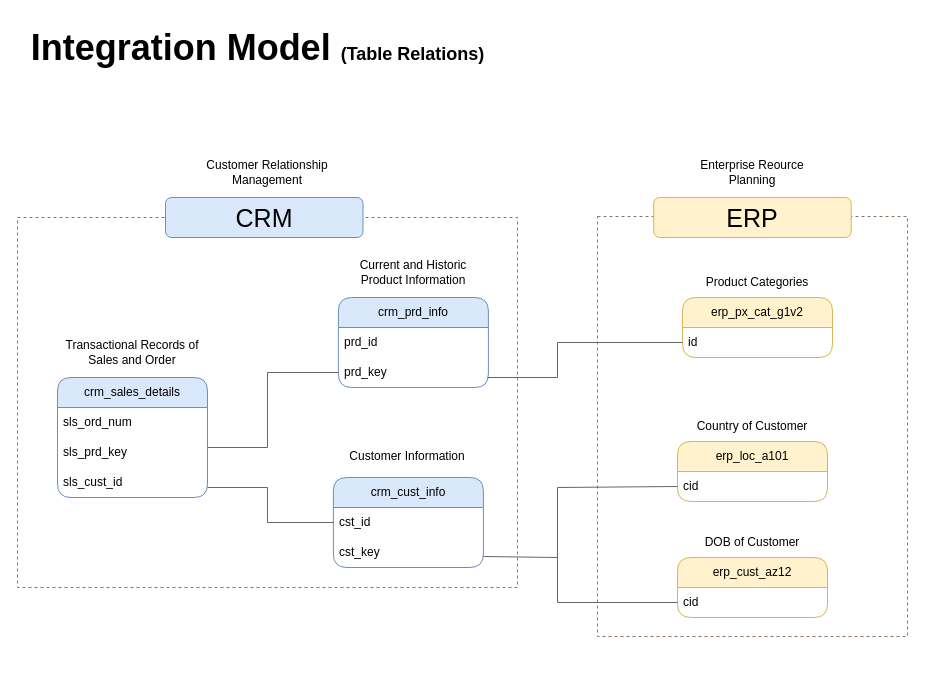
This is docs/5.1.1. Integration Model.drawio from princeKike27/sql-data-warehouse-project, a draw.io file, before an edit. Source tidied: cells renumbered, new cells numbered last; positions are measured from the earlier drawing's top-left corner, leaving out a move shared by most shapes. Both pictures are drawn from the tidied source at 100%, with x=0, y=0 at pixel (17, 17).
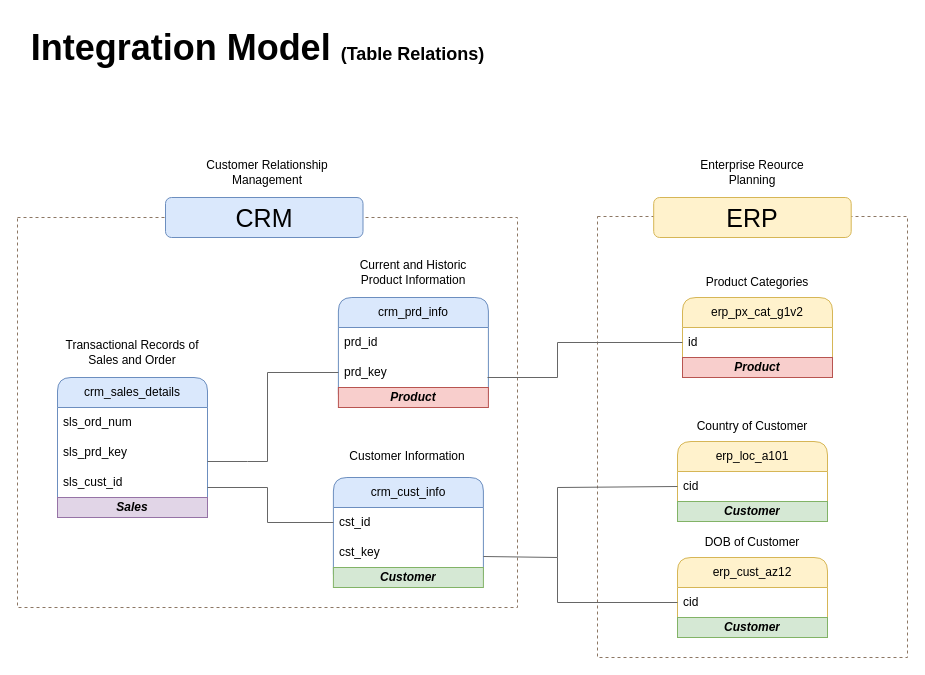
After the change.

Unchanged cells that the change refers to:
```xml
<mxCell id="17" value="prd_key" style="text;strokeColor=none;fillColor=none;align=left;verticalAlign=middle;spacingLeft=4;spacingRight=4;overflow=hidden;points=[[0,0.5],[1,0.5]];portConstraint=eastwest;whiteSpace=wrap;html=1;" parent="15" vertex="1">
  <mxGeometry y="60" width="150" height="30" as="geometry" />
</mxCell>
```

What changed in the source:
```diff
@@
     <mxCell id="3" style="rounded=0;whiteSpace=wrap;html=1;dashed=1;fillColor=none;strokeColor=#8C7764;" parent="1" vertex="1">
-      <mxGeometry y="200" width="500" height="370" as="geometry" />
+      <mxGeometry y="200" width="500" height="390" as="geometry" />
     </mxCell>
@@
     <mxCell id="6" value="crm_cust_info" style="swimlane;fontStyle=0;horizontal=1;startSize=30;whiteSpace=wrap;html=1;fillColor=#dae8fc;strokeColor=#6c8ebf;rounded=1;" parent="1" vertex="1">
-      <mxGeometry x="315.9" y="460" width="150" height="90" as="geometry" />
+      <mxGeometry x="315.9" y="460" width="150" height="110" as="geometry" />
     </mxCell>
@@
+    <mxCell id="37" value="&lt;b&gt;&lt;i&gt;Customer&lt;/i&gt;&lt;/b&gt;" style="text;html=1;strokeColor=#82b366;fillColor=#d5e8d4;align=center;verticalAlign=middle;whiteSpace=wrap;overflow=hidden;" parent="6" vertex="1">
+      <mxGeometry y="90" width="150" height="20" as="geometry" />
+    </mxCell>
@@
     <mxCell id="10" value="crm_sales_details" style="swimlane;fontStyle=0;horizontal=1;startSize=30;whiteSpace=wrap;html=1;fillColor=#dae8fc;strokeColor=#6c8ebf;rounded=1;" parent="1" vertex="1">
-      <mxGeometry x="40" y="360" width="150" height="120" as="geometry" />
+      <mxGeometry x="40" y="360" width="150" height="140" as="geometry" />
     </mxCell>
@@
+    <mxCell id="38" value="&lt;b&gt;&lt;i&gt;Sales&lt;/i&gt;&lt;/b&gt;" style="text;html=1;strokeColor=#9673a6;fillColor=#e1d5e7;align=center;verticalAlign=middle;whiteSpace=wrap;overflow=hidden;" parent="10" vertex="1">
+      <mxGeometry y="120" width="150" height="20" as="geometry" />
+    </mxCell>
@@
     <mxCell id="15" value="crm_prd_info" style="swimlane;fontStyle=0;horizontal=1;startSize=30;whiteSpace=wrap;html=1;fillColor=#dae8fc;strokeColor=#6c8ebf;rounded=1;swimlaneLine=1;glass=0;" parent="1" vertex="1">
-      <mxGeometry x="320.9" y="280" width="150" height="90" as="geometry" />
+      <mxGeometry x="320.9" y="280" width="150" height="110" as="geometry" />
     </mxCell>
@@
+    <mxCell id="39" value="&lt;b&gt;&lt;i&gt;Product&lt;/i&gt;&lt;/b&gt;" style="text;html=1;strokeColor=#b85450;fillColor=#f8cecc;align=center;verticalAlign=middle;whiteSpace=wrap;overflow=hidden;" parent="15" vertex="1">
+      <mxGeometry y="90" width="150" height="20" as="geometry" />
+    </mxCell>
@@
     <mxCell id="20" style="endArrow=none;html=1;rounded=0;entryX=0;entryY=0.5;entryDx=0;entryDy=0;fillColor=#f5f5f5;strokeColor=#666666;" parent="1" edge="1" target="17">
       <mxGeometry relative="1" as="geometry">
-        <mxPoint x="190" y="430" as="sourcePoint" />
+        <mxPoint x="190" y="444" as="sourcePoint" />
         <Array as="points">
-          <mxPoint x="250" y="430" />
+          <mxPoint x="230" y="444" />
+          <mxPoint x="250" y="444" />
           <mxPoint x="250" y="355" />
         </Array>
       </mxGeometry>
     </mxCell>
@@
     <mxCell id="22" style="rounded=0;whiteSpace=wrap;html=1;dashed=1;fillColor=none;strokeColor=#8C7764;" parent="1" vertex="1">
-      <mxGeometry x="580" y="199" width="310" height="420" as="geometry" />
+      <mxGeometry x="580" y="199" width="310" height="441" as="geometry" />
     </mxCell>
@@
     <mxCell id="25" value="erp_cust_az12" style="swimlane;fontStyle=0;horizontal=1;startSize=30;whiteSpace=wrap;html=1;fillColor=#fff2cc;strokeColor=#d6b656;rounded=1;" parent="1" vertex="1">
-      <mxGeometry x="660" y="540" width="150" height="60" as="geometry" />
+      <mxGeometry x="660" y="540" width="150" height="80" as="geometry" />
     </mxCell>
@@
+    <mxCell id="40" value="&lt;b&gt;&lt;i&gt;Customer&lt;/i&gt;&lt;/b&gt;" style="text;html=1;strokeColor=#82b366;fillColor=#d5e8d4;align=center;verticalAlign=middle;whiteSpace=wrap;overflow=hidden;" parent="25" vertex="1">
+      <mxGeometry y="60" width="150" height="20" as="geometry" />
+    </mxCell>
     <mxCell id="27" value="erp_loc_a101" style="swimlane;fontStyle=0;horizontal=1;startSize=30;whiteSpace=wrap;html=1;fillColor=#fff2cc;strokeColor=#d6b656;rounded=1;" parent="1" vertex="1">
-      <mxGeometry x="660" y="424" width="150" height="60" as="geometry" />
+      <mxGeometry x="660" y="424" width="150" height="80" as="geometry" />
     </mxCell>
@@
+    <mxCell id="41" value="&lt;b&gt;&lt;i&gt;Customer&lt;/i&gt;&lt;/b&gt;" style="text;html=1;strokeColor=#82b366;fillColor=#d5e8d4;align=center;verticalAlign=middle;whiteSpace=wrap;overflow=hidden;" parent="27" vertex="1">
+      <mxGeometry y="60" width="150" height="20" as="geometry" />
+    </mxCell>
@@
     <mxCell id="32" value="erp_px_cat_g1v2" style="swimlane;fontStyle=0;horizontal=1;startSize=30;whiteSpace=wrap;html=1;fillColor=#fff2cc;strokeColor=#d6b656;rounded=1;" parent="1" vertex="1">
-      <mxGeometry x="665" y="280" width="150" height="60" as="geometry" />
+      <mxGeometry x="665" y="280" width="150" height="80" as="geometry" />
     </mxCell>
@@
+    <mxCell id="42" value="&lt;b&gt;&lt;i&gt;Product&lt;/i&gt;&lt;/b&gt;" style="text;html=1;strokeColor=#b85450;fillColor=#f8cecc;align=center;verticalAlign=middle;whiteSpace=wrap;overflow=hidden;" parent="32" vertex="1">
+      <mxGeometry y="60" width="150" height="20" as="geometry" />
+    </mxCell>
```
